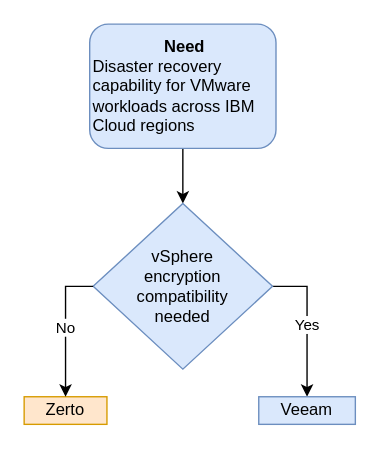
Above: page "Zerto" (3 of 5) of image/Zerto_decision_tree.drawio in ibm-cloud-docs/pattern-zerto-dr-vcf (draw.io), before the change. Source tidied: cells renumbered, new cells numbered last; positions are measured from the earlier drawing's top-left corner, leaving out a move shared by most shapes. Both pictures are drawn from the tidied source at 138%, with x=0, y=0 at pixel (23, 23).
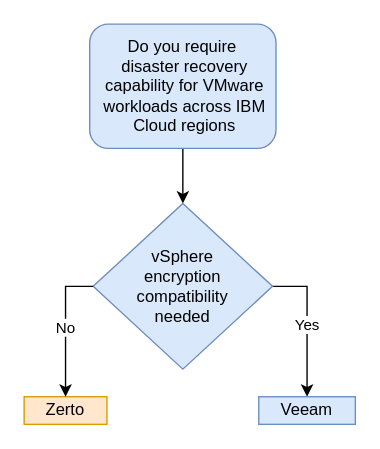
The same diagram, later.

What changed in the source:
```diff
@@
 <mxGraphModel>
   <root>
     <mxCell id="0" />
     <mxCell id="1" parent="0" />
     <mxCell id="2" style="edgeStyle=orthogonalEdgeStyle;rounded=0;jettySize=auto;html=1;" parent="1" edge="1" source="3" target="5">
       <mxGeometry relative="1" as="geometry" />
     </mxCell>
-    <mxCell id="3" value="&lt;div style=&quot;text-align: center;&quot;&gt;&lt;b style=&quot;background-color: initial;&quot;&gt;Need&lt;/b&gt;&lt;/div&gt;Disaster recovery capability for VMware workloads across IBM Cloud regions" style="rounded=1;whiteSpace=wrap;html=1;align=left;fillColor=#dae8fc;strokeColor=#6c8ebf;" parent="1" vertex="1">
+    <mxCell id="3" value="&lt;div style=&quot;text-align: center;&quot;&gt;Do you require&amp;nbsp;&lt;/div&gt;&lt;span style=&quot;&quot;&gt;&lt;div style=&quot;text-align: center;&quot;&gt;&lt;span style=&quot;background-color: initial;&quot;&gt;disaster recovery capability for VMware workloads across IBM Cloud regions&lt;/span&gt;&lt;/div&gt;&lt;/span&gt;&lt;div style=&quot;text-align: center;&quot;&gt;&lt;/div&gt;" style="rounded=1;whiteSpace=wrap;html=1;align=left;fillColor=#dae8fc;strokeColor=#6c8ebf;" parent="1" vertex="1">
       <mxGeometry x="47.5" width="135" height="90" as="geometry" />
     </mxCell>
     <mxCell id="4" value="Yes" style="edgeStyle=orthogonalEdgeStyle;rounded=0;jettySize=auto;html=1;" parent="1" edge="1" source="5" target="7">
       <mxGeometry relative="1" as="geometry">
         <Array as="points">
           <mxPoint x="205" y="190" />
         </Array>
       </mxGeometry>
     </mxCell>
     <mxCell id="5" value="&lt;span style=&quot;font-family: Helvetica; font-size: 12px; font-style: normal; font-variant-ligatures: normal; font-variant-caps: normal; font-weight: 400; letter-spacing: normal; orphans: 2; text-align: center; text-indent: 0px; text-transform: none; widows: 2; word-spacing: 0px; -webkit-text-stroke-width: 0px; text-decoration-thickness: initial; text-decoration-style: initial; text-decoration-color: initial; float: none; display: inline !important;&quot;&gt;vSphere &lt;br&gt;encryption &lt;br&gt;compatibility &lt;br&gt;needed&lt;/span&gt;" style="rhombus;whiteSpace=wrap;html=1;fillColor=#dae8fc;strokeColor=#6c8ebf;fontColor=default;labelBackgroundColor=none;" parent="1" vertex="1">
       <mxGeometry x="50" y="130" width="130" height="120" as="geometry" />
     </mxCell>
     <mxCell id="6" value="Zerto" style="rounded=0;whiteSpace=wrap;html=1;fillColor=#ffe6cc;strokeColor=#d79b00;" parent="1" vertex="1">
       <mxGeometry y="270" width="60" height="20" as="geometry" />
     </mxCell>
     <mxCell id="7" value="Veeam" style="rounded=0;whiteSpace=wrap;html=1;fillColor=#dae8fc;strokeColor=#6c8ebf;" parent="1" vertex="1">
       <mxGeometry x="170" y="270" width="70" height="20" as="geometry" />
     </mxCell>
     <mxCell id="8" value="No" style="edgeStyle=orthogonalEdgeStyle;rounded=0;jettySize=auto;html=1;" parent="1" edge="1" source="5" target="6">
       <mxGeometry relative="1" as="geometry">
         <Array as="points">
           <mxPoint x="30" y="190" />
         </Array>
       </mxGeometry>
     </mxCell>
   </root>
 </mxGraphModel>
```
